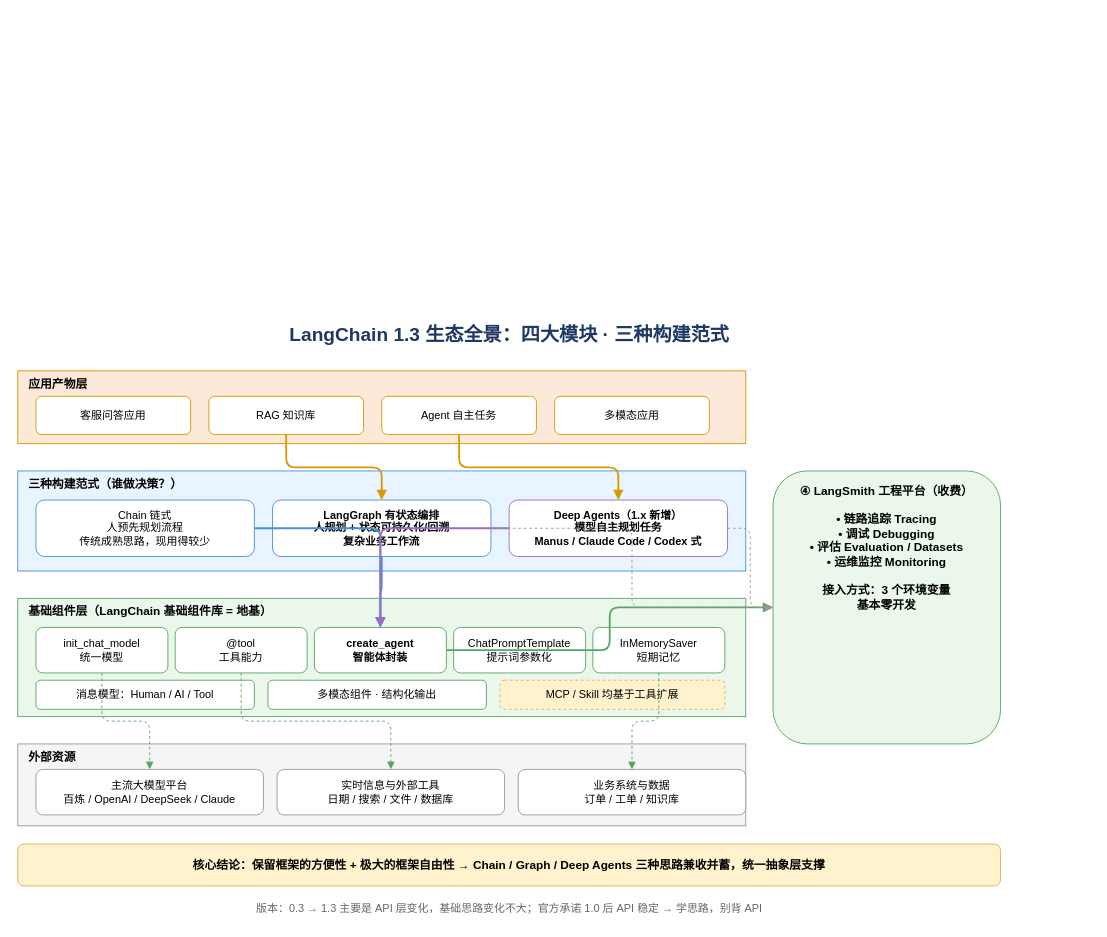
This is 6-ai/AI 学习规划/图灵-AI 大模型/LangChain-1.3/0-LangChain1.3-生态全景.drawio from vic868/Deliberate, a draw.io file, before an edit. Source tidied: cells renumbered, new cells numbered last; positions are measured from the earlier drawing's top-left corner, leaving out a move shared by most shapes. Both pictures are drawn from the tidied source at 91%, with x=0, y=0 at pixel (17, 316).
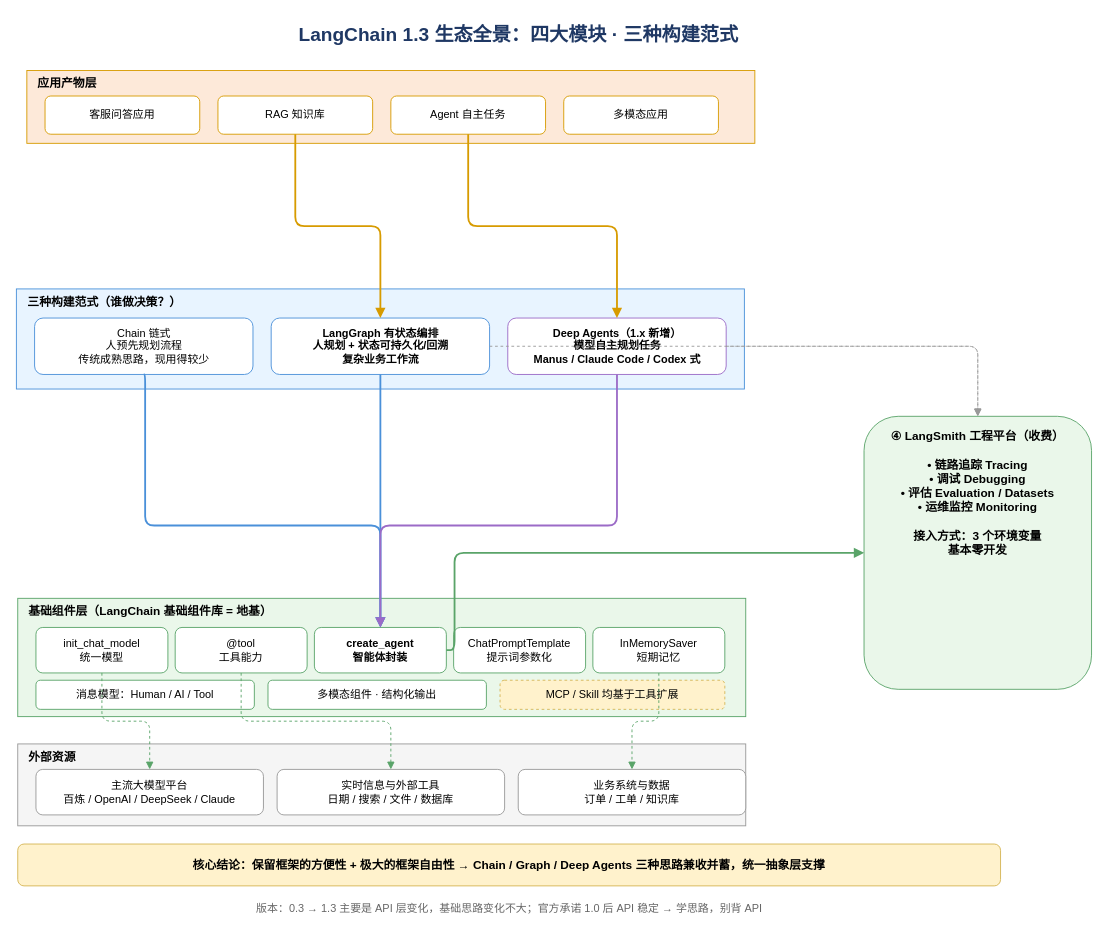
The same page after the edit.

Commit message (it also covers changes not shown here):
vault backup: 2026-10-26 10:48:59

Unchanged cells that the change refers to:
```xml
<mxCell id="15" value="create_agent&#10;智能体封装" style="rounded=1;whiteSpace=wrap;html=1;fillColor=#FFFFFF;strokeColor=#5AA469;fontSize=12;fontStyle=1;" parent="1" vertex="1">
  <mxGeometry x="326" y="342" width="145" height="50" as="geometry" />
</mxCell>
```

Diff of the diagram source:
```diff
@@
     <mxCell id="2" value="LangChain 1.3 生态全景：四大模块 · 三种构建范式" style="text;html=1;align=center;verticalAlign=middle;fontSize=21;fontStyle=1;fontColor=#1F3864;" parent="1" vertex="1">
-      <mxGeometry width="1080" height="40" as="geometry" />
+      <mxGeometry x="10" y="-330" width="1080" height="40" as="geometry" />
     </mxCell>
     <mxCell id="3" value="应用产物层" style="rounded=0;whiteSpace=wrap;html=1;fillColor=#FDE9D9;strokeColor=#D79B00;verticalAlign=top;align=left;spacingLeft=10;fontStyle=1;fontSize=13;" parent="1" vertex="1">
-      <mxGeometry y="60" width="800" height="80" as="geometry" />
+      <mxGeometry x="10" y="-270" width="800" height="80" as="geometry" />
     </mxCell>
     <mxCell id="4" value="客服问答应用" style="rounded=1;whiteSpace=wrap;html=1;fillColor=#FFFFFF;strokeColor=#D79B00;" parent="1" vertex="1">
-      <mxGeometry x="20" y="88" width="170" height="42" as="geometry" />
+      <mxGeometry x="30" y="-242" width="170" height="42" as="geometry" />
     </mxCell>
     <mxCell id="5" value="RAG 知识库" style="rounded=1;whiteSpace=wrap;html=1;fillColor=#FFFFFF;strokeColor=#D79B00;" parent="1" vertex="1">
-      <mxGeometry x="210" y="88" width="170" height="42" as="geometry" />
+      <mxGeometry x="220" y="-242" width="170" height="42" as="geometry" />
     </mxCell>
     <mxCell id="6" value="Agent 自主任务" style="rounded=1;whiteSpace=wrap;html=1;fillColor=#FFFFFF;strokeColor=#D79B00;" parent="1" vertex="1">
-      <mxGeometry x="400" y="88" width="170" height="42" as="geometry" />
+      <mxGeometry x="410" y="-242" width="170" height="42" as="geometry" />
     </mxCell>
     <mxCell id="7" value="多模态应用" style="rounded=1;whiteSpace=wrap;html=1;fillColor=#FFFFFF;strokeColor=#D79B00;" parent="1" vertex="1">
-      <mxGeometry x="590" y="88" width="170" height="42" as="geometry" />
+      <mxGeometry x="600" y="-242" width="170" height="42" as="geometry" />
     </mxCell>
     <mxCell id="8" value="三种构建范式（谁做决策？）" style="rounded=0;whiteSpace=wrap;html=1;fillColor=#E8F4FF;strokeColor=#4A90D9;verticalAlign=top;align=left;spacingLeft=10;fontStyle=1;fontSize=13;" parent="1" vertex="1">
-      <mxGeometry y="170" width="800" height="110" as="geometry" />
+      <mxGeometry x="-1.5" y="-30" width="800" height="110" as="geometry" />
     </mxCell>
     <mxCell id="9" value="Chain 链式&#10;人预先规划流程&#10;传统成熟思路，现用得较少" style="rounded=1;whiteSpace=wrap;html=1;fillColor=#FFFFFF;strokeColor=#4A90D9;fontSize=12;" parent="1" vertex="1">
-      <mxGeometry x="20" y="202" width="240" height="62" as="geometry" />
+      <mxGeometry x="18.5" y="2" width="240" height="62" as="geometry" />
     </mxCell>
     <mxCell id="10" value="LangGraph 有状态编排&#10;人规划 + 状态可持久化/回溯&#10;复杂业务工作流" style="rounded=1;whiteSpace=wrap;html=1;fillColor=#FFFFFF;strokeColor=#4A90D9;fontSize=12;fontStyle=1;" parent="1" vertex="1">
-      <mxGeometry x="280" y="202" width="240" height="62" as="geometry" />
+      <mxGeometry x="278.5" y="2" width="240" height="62" as="geometry" />
     </mxCell>
     <mxCell id="11" value="Deep Agents（1.x 新增）&#10;模型自主规划任务&#10;Manus / Claude Code / Codex 式" style="rounded=1;whiteSpace=wrap;html=1;fillColor=#FFFFFF;strokeColor=#9B6BC7;fontSize=12;fontStyle=1;" parent="1" vertex="1">
-      <mxGeometry x="540" y="202" width="240" height="62" as="geometry" />
+      <mxGeometry x="538.5" y="2" width="240" height="62" as="geometry" />
     </mxCell>
@@
     <mxCell id="25" value="④ LangSmith 工程平台（收费）&#10;&#10;• 链路追踪 Tracing&#10;• 调试 Debugging&#10;• 评估 Evaluation / Datasets&#10;• 运维监控 Monitoring&#10;&#10;接入方式：3 个环境变量&#10;基本零开发" style="rounded=1;whiteSpace=wrap;html=1;fillColor=#EAF7EA;strokeColor=#5AA469;verticalAlign=top;fontSize=13;fontStyle=1;spacingTop=8;" parent="1" vertex="1">
-      <mxGeometry x="830" y="170" width="250" height="300" as="geometry" />
+      <mxGeometry x="930" y="110" width="250" height="300" as="geometry" />
     </mxCell>
@@
-    <mxCell id="30" style="edgeStyle=orthogonalEdgeStyle;html=1;endArrow=block;strokeWidth=2;strokeColor=#4A90D9;" parent="1" edge="1" source="9" target="15">
-      <mxGeometry relative="1" as="geometry" />
+    <mxCell id="30" style="edgeStyle=orthogonalEdgeStyle;html=1;endArrow=block;strokeWidth=2;strokeColor=#4A90D9;exitX=0.5;exitY=1;exitDx=0;exitDy=0;" parent="1" edge="1" source="9" target="15">
+      <mxGeometry x="0.2" relative="1" as="geometry">
+        <Array as="points">
+          <mxPoint x="140" y="64" />
+          <mxPoint x="140" y="230" />
+          <mxPoint x="398.5" y="230" />
+        </Array>
+      </mxGeometry>
     </mxCell>
@@
     <mxCell id="32" style="edgeStyle=orthogonalEdgeStyle;html=1;endArrow=block;strokeWidth=2;strokeColor=#9B6BC7;" parent="1" edge="1" source="11" target="15">
-      <mxGeometry relative="1" as="geometry" />
+      <mxGeometry relative="1" as="geometry">
+        <Array as="points">
+          <mxPoint x="658.5" y="230" />
+          <mxPoint x="398.5" y="230" />
+        </Array>
+      </mxGeometry>
     </mxCell>
@@
-    <mxCell id="36" style="edgeStyle=orthogonalEdgeStyle;html=1;endArrow=block;strokeWidth=2;strokeColor=#5AA469;" parent="1" edge="1" source="15" target="25">
-      <mxGeometry relative="1" as="geometry" />
+    <mxCell id="36" style="edgeStyle=orthogonalEdgeStyle;html=1;endArrow=block;strokeWidth=2;strokeColor=#5AA469;entryX=0;entryY=0.5;entryDx=0;entryDy=0;" parent="1" edge="1" source="15" target="25">
+      <mxGeometry relative="1" as="geometry">
+        <Array as="points">
+          <mxPoint x="480" y="367" />
+          <mxPoint x="480" y="260" />
+          <mxPoint x="870" y="260" />
+        </Array>
+      </mxGeometry>
     </mxCell>
```
